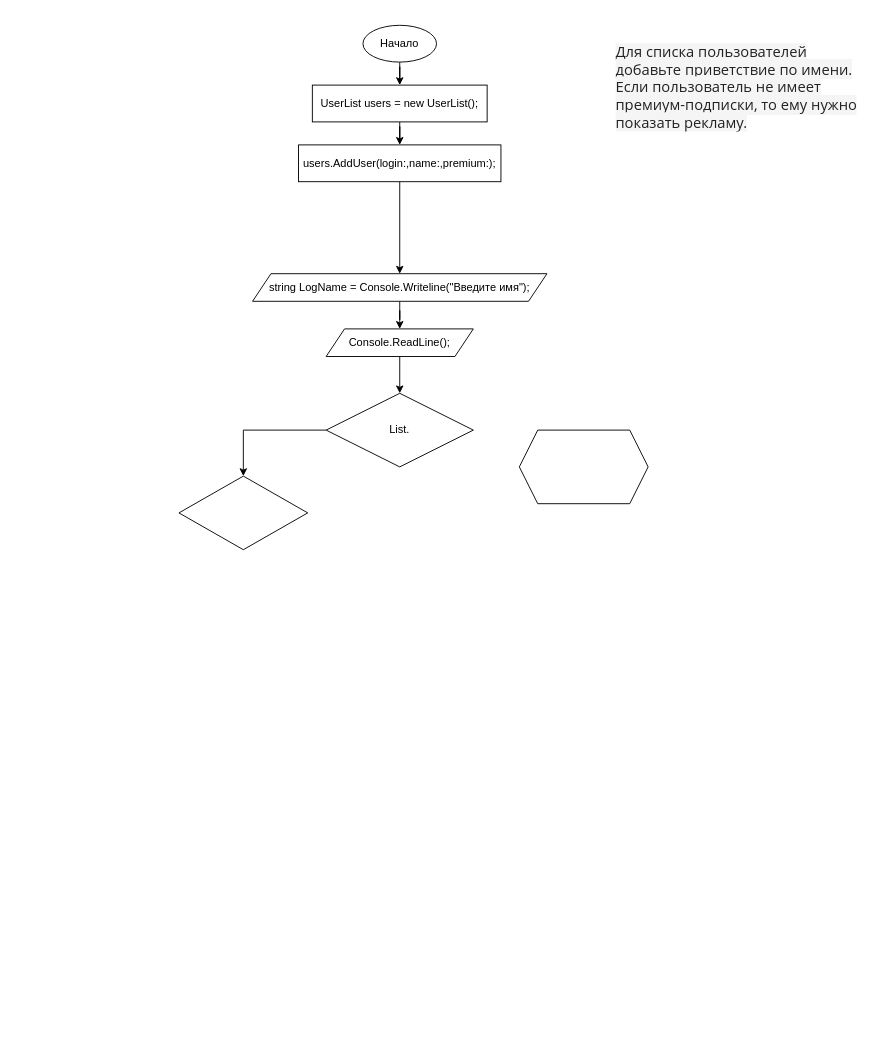
Truemorrel/CDEV-17_Bednyakov_Module12 keeps this draw.io diagram as Task_12_1_5/Untitled Diagram.drawio. Above is the earlier version. Source tidied: cells renumbered, new cells numbered last; positions are measured from the earlier drawing's top-left corner, leaving out a move shared by most shapes. Both pictures are drawn from the tidied source at 92%, with x=0, y=0 at pixel (178, 25).
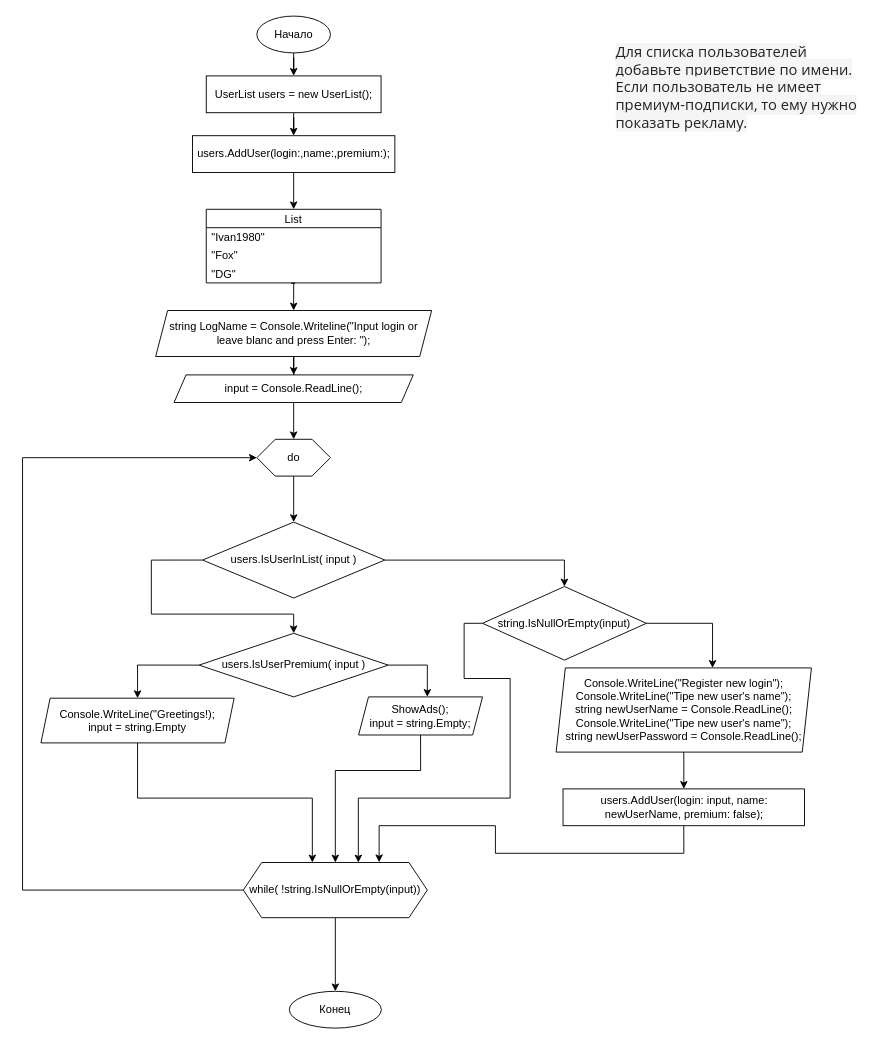
The same diagram, later.

Change to the diagram source:
```diff
@@
-    <mxCell id="3" style="edgeStyle=orthogonalEdgeStyle;rounded=0;jettySize=auto;html=1;" parent="1" edge="1" source="4" target="6">
-      <mxGeometry relative="1" as="geometry" />
-    </mxCell>
-    <mxCell id="4" value="Console.ReadLine();" style="shape=parallelogram;perimeter=parallelogramPerimeter;whiteSpace=wrap;html=1;fixedSize=1;" parent="1" vertex="1">
-      <mxGeometry x="160" y="330" width="160" height="30" as="geometry" />
+    <mxCell id="4" value="input = Console.ReadLine();" style="shape=parallelogram;perimeter=parallelogramPerimeter;whiteSpace=wrap;html=1;fixedSize=1;size=13;" parent="1" vertex="1">
+      <mxGeometry x="-5.3" y="380" width="260" height="30" as="geometry" />
     </mxCell>
-    <mxCell id="5" style="edgeStyle=orthogonalEdgeStyle;rounded=0;jettySize=auto;html=1;entryX=0.5;entryY=0;entryDx=0;entryDy=0;" parent="1" edge="1" source="6" target="9">
-      <mxGeometry relative="1" as="geometry" />
-    </mxCell>
-    <mxCell id="6" value="List." style="rhombus;whiteSpace=wrap;html=1;" parent="1" vertex="1">
-      <mxGeometry x="160" y="400" width="160" height="80" as="geometry" />
-    </mxCell>
@@
     <mxCell id="8" value="Начало" style="ellipse;whiteSpace=wrap;html=1;" parent="1" vertex="1">
-      <mxGeometry x="200" width="80" height="40" as="geometry" />
+      <mxGeometry x="84.7" y="-10" width="80" height="40" as="geometry" />
     </mxCell>
-    <mxCell id="9" style="rhombus;whiteSpace=wrap;html=1;" parent="1" vertex="1">
-      <mxGeometry y="490" width="140" height="80" as="geometry" />
-    </mxCell>
@@
-    <mxCell id="11" value="string LogName = Console.Writeline(&quot;Введите имя&quot;);" style="shape=parallelogram;perimeter=parallelogramPerimeter;whiteSpace=wrap;html=1;fixedSize=1;" parent="1" vertex="1">
-      <mxGeometry x="80" y="270" width="320" height="30" as="geometry" />
+    <mxCell id="11" value="string LogName = Console.Writeline(&quot;Input login or leave blanc and press Enter:&amp;nbsp;&quot;);" style="shape=parallelogram;perimeter=parallelogramPerimeter;whiteSpace=wrap;html=1;fixedSize=1;size=13;" parent="1" vertex="1">
+      <mxGeometry x="-25.3" y="310" width="300" height="50" as="geometry" />
     </mxCell>
@@
     <mxCell id="14" value="UserList users = new UserList();" style="whiteSpace=wrap;html=1;" parent="1" vertex="1">
-      <mxGeometry x="145" y="65" width="190" height="40" as="geometry" />
+      <mxGeometry x="29.7" y="55" width="190" height="40" as="geometry" />
     </mxCell>
+    <mxCell id="16" style="edgeStyle=orthogonalEdgeStyle;rounded=0;jettySize=auto;html=1;exitX=0.485;exitY=1.024;exitDx=0;exitDy=0;exitPerimeter=0;" parent="1" edge="1" source="45" target="11">
+      <mxGeometry relative="1" as="geometry">
+        <Array as="points">
+          <mxPoint x="126" y="280" />
+          <mxPoint x="126" y="280" />
+        </Array>
+      </mxGeometry>
+    </mxCell>
+    <mxCell id="18" style="edgeStyle=orthogonalEdgeStyle;rounded=0;jettySize=auto;html=1;startArrow=none;startFill=0;endArrow=classic;endFill=1;" parent="1" edge="1" source="17" target="42">
+      <mxGeometry relative="1" as="geometry" />
+    </mxCell>
+    <mxCell id="17" value="users.AddUser(login:,name:,premium:);" style="whiteSpace=wrap;html=1;" parent="1" vertex="1">
+      <mxGeometry x="14.7" y="120" width="220" height="40" as="geometry" />
+    </mxCell>
+    <mxCell id="19" style="edgeStyle=orthogonalEdgeStyle;rounded=0;jettySize=auto;html=1;entryX=0;entryY=0.5;entryDx=0;entryDy=0;startArrow=none;startFill=0;endArrow=classic;endFill=1;" parent="1" edge="1" source="15" target="37">
+      <mxGeometry relative="1" as="geometry">
+        <Array as="points">
+          <mxPoint x="-170" y="940" />
+          <mxPoint x="-170" y="470" />
+        </Array>
+      </mxGeometry>
+    </mxCell>
+    <mxCell id="20" style="edgeStyle=orthogonalEdgeStyle;rounded=0;jettySize=auto;html=1;startArrow=none;startFill=0;endArrow=classic;endFill=1;" parent="1" edge="1" source="15" target="46">
+      <mxGeometry relative="1" as="geometry" />
+    </mxCell>
-    <mxCell id="15" style="shape=hexagon;perimeter=hexagonPerimeter2;whiteSpace=wrap;html=1;fixedSize=1;" parent="1" vertex="1">
-      <mxGeometry x="370" y="440" width="140" height="80" as="geometry" />
+    <mxCell id="15" value="while( !string.IsNullOrEmpty(input))" style="shape=hexagon;perimeter=hexagonPerimeter2;whiteSpace=wrap;html=1;fixedSize=1;size=19.999999999999773;" parent="1" vertex="1">
+      <mxGeometry x="70" y="910" width="200" height="60" as="geometry" />
     </mxCell>
-    <mxCell id="16" style="edgeStyle=orthogonalEdgeStyle;rounded=0;jettySize=auto;html=1;" parent="1" edge="1" source="17" target="11">
-      <mxGeometry relative="1" as="geometry" />
-    </mxCell>
-    <mxCell id="17" value="users.AddUser(login:,name:,premium:);" style="whiteSpace=wrap;html=1;" parent="1" vertex="1">
-      <mxGeometry x="130" y="130" width="220" height="40" as="geometry" />
-    </mxCell>
+    <mxCell id="21" style="edgeStyle=orthogonalEdgeStyle;rounded=0;jettySize=auto;html=1;startArrow=none;startFill=0;endArrow=classic;endFill=1;exitX=1;exitY=0.5;exitDx=0;exitDy=0;entryX=0.625;entryY=0;entryDx=0;entryDy=0;" parent="1" edge="1" source="23" target="15">
+      <mxGeometry relative="1" as="geometry">
+        <Array as="points">
+          <mxPoint x="310" y="650" />
+          <mxPoint x="310" y="710" />
+          <mxPoint x="360" y="710" />
+          <mxPoint x="360" y="840" />
+          <mxPoint x="195" y="840" />
+        </Array>
+      </mxGeometry>
+    </mxCell>
+    <mxCell id="22" style="edgeStyle=orthogonalEdgeStyle;rounded=0;jettySize=auto;html=1;startArrow=none;startFill=0;endArrow=classic;endFill=1;" parent="1" edge="1" source="23" target="38">
+      <mxGeometry relative="1" as="geometry">
+        <Array as="points">
+          <mxPoint x="580" y="650" />
+        </Array>
+      </mxGeometry>
+    </mxCell>
+    <mxCell id="23" value="string.IsNullOrEmpty(input)" style="rhombus;whiteSpace=wrap;html=1;direction=west;" parent="1" vertex="1" collapsed="1">
+      <mxGeometry x="330" y="610" width="178.1" height="80" as="geometry" />
+    </mxCell>
+    <mxCell id="24" style="edgeStyle=orthogonalEdgeStyle;rounded=0;jettySize=auto;html=1;startArrow=none;startFill=0;endArrow=classic;endFill=1;" parent="1" edge="1" source="29" target="23">
+      <mxGeometry relative="1" as="geometry">
+        <Array as="points">
+          <mxPoint x="419" y="581" />
+        </Array>
+      </mxGeometry>
+    </mxCell>
+    <mxCell id="25" style="edgeStyle=orthogonalEdgeStyle;rounded=0;jettySize=auto;html=1;startArrow=none;startFill=0;endArrow=classic;endFill=1;entryX=0.375;entryY=0;entryDx=0;entryDy=0;" parent="1" edge="1" source="27" target="15">
+      <mxGeometry relative="1" as="geometry">
+        <Array as="points">
+          <mxPoint x="-45" y="840" />
+          <mxPoint x="145" y="840" />
+        </Array>
+      </mxGeometry>
+    </mxCell>
+    <mxCell id="26" style="edgeStyle=orthogonalEdgeStyle;rounded=0;jettySize=auto;html=1;exitX=0.5;exitY=1;exitDx=0;exitDy=0;startArrow=none;startFill=0;endArrow=classic;endFill=1;" parent="1" edge="1" source="27">
+      <mxGeometry relative="1" as="geometry">
+        <mxPoint x="-45.1" y="771.5" as="targetPoint" />
+      </mxGeometry>
+    </mxCell>
+    <mxCell id="27" value="Console.WriteLine(&quot;Greetings!);&lt;br&gt;input = string.Empty" style="shape=parallelogram;perimeter=parallelogramPerimeter;whiteSpace=wrap;html=1;fixedSize=1;size=10;" parent="1" vertex="1">
+      <mxGeometry x="-150" y="731.4" width="210" height="48.6" as="geometry" />
+    </mxCell>
+    <mxCell id="28" style="edgeStyle=orthogonalEdgeStyle;rounded=0;jettySize=auto;html=1;startArrow=none;startFill=0;endArrow=classic;endFill=1;exitX=0;exitY=0.5;exitDx=0;exitDy=0;" parent="1" edge="1" source="33" target="27">
+      <mxGeometry relative="1" as="geometry">
+        <Array as="points">
+          <mxPoint x="-45" y="695" />
+        </Array>
+      </mxGeometry>
+    </mxCell>
+    <mxCell id="29" value="users.IsUserInList( input )" style="rhombus;whiteSpace=wrap;html=1;direction=west;" parent="1" vertex="1" collapsed="1">
+      <mxGeometry x="25.7" y="540" width="198.1" height="82.5" as="geometry" />
+    </mxCell>
+    <mxCell id="30" style="edgeStyle=orthogonalEdgeStyle;rounded=0;jettySize=auto;html=1;entryX=1;entryY=0.5;entryDx=0;entryDy=0;startArrow=classic;startFill=1;endArrow=none;endFill=0;exitX=0.5;exitY=0;exitDx=0;exitDy=0;" parent="1" edge="1" source="33" target="29">
+      <mxGeometry relative="1" as="geometry">
+        <Array as="points">
+          <mxPoint x="125" y="640" />
+          <mxPoint x="-30" y="640" />
+          <mxPoint x="-30" y="581" />
+        </Array>
+      </mxGeometry>
+    </mxCell>
+    <mxCell id="31" style="edgeStyle=orthogonalEdgeStyle;rounded=0;jettySize=auto;html=1;exitX=0.5;exitY=1;exitDx=0;exitDy=0;startArrow=none;startFill=0;endArrow=classic;endFill=1;entryX=0.5;entryY=0;entryDx=0;entryDy=0;" parent="1" edge="1" source="32" target="15">
+      <mxGeometry relative="1" as="geometry">
+        <Array as="points">
+          <mxPoint x="263" y="810" />
+          <mxPoint x="170" y="810" />
+        </Array>
+      </mxGeometry>
+    </mxCell>
+    <mxCell id="32" value="ShowAds();&lt;br&gt;input = string.Empty;" style="shape=parallelogram;whiteSpace=wrap;html=1;size=0.07996158770806518;" parent="1" vertex="1">
+      <mxGeometry x="195.3" y="730" width="134.7" height="41.4" as="geometry" />
+    </mxCell>
+    <mxCell id="33" value="users.IsUserPremium( input )" style="rhombus;whiteSpace=wrap;html=1;" parent="1" vertex="1">
+      <mxGeometry x="21.9" y="660.9" width="205.6" height="69.1" as="geometry" />
+    </mxCell>
+    <mxCell id="34" style="edgeStyle=orthogonalEdgeStyle;rounded=0;jettySize=auto;html=1;startArrow=none;startFill=0;endArrow=classic;endFill=1;exitX=1;exitY=0.5;exitDx=0;exitDy=0;" parent="1" edge="1" source="33" target="32">
+      <mxGeometry relative="1" as="geometry">
+        <Array as="points">
+          <mxPoint x="270" y="695" />
+        </Array>
+      </mxGeometry>
+    </mxCell>
+    <mxCell id="35" style="edgeStyle=orthogonalEdgeStyle;rounded=0;jettySize=auto;html=1;startArrow=classic;startFill=1;endArrow=none;endFill=0;exitX=0.5;exitY=0;exitDx=0;exitDy=0;entryX=0.5;entryY=1;entryDx=0;entryDy=0;" parent="1" edge="1" source="37" target="4">
+      <mxGeometry relative="1" as="geometry" />
+    </mxCell>
+    <mxCell id="36" style="edgeStyle=orthogonalEdgeStyle;rounded=0;jettySize=auto;html=1;entryX=0.5;entryY=1;entryDx=0;entryDy=0;startArrow=none;startFill=0;endArrow=classic;endFill=1;" parent="1" edge="1" source="37" target="29">
+      <mxGeometry relative="1" as="geometry" />
+    </mxCell>
+    <mxCell id="37" value="do" style="shape=hexagon;perimeter=hexagonPerimeter2;whiteSpace=wrap;html=1;fixedSize=1;" parent="1" vertex="1">
+      <mxGeometry x="84.7" y="450" width="80" height="40" as="geometry" />
+    </mxCell>
+    <mxCell id="38" value="Console.WriteLine(&quot;Register new login&quot;);&lt;br&gt;Console.WriteLine(&quot;Tipe new user's name&quot;);&lt;br&gt;string newUserName = Console.ReadLine();&lt;br&gt;Console.WriteLine(&quot;Tipe new user's name&quot;);&lt;br&gt;string newUserPassword = Console.ReadLine();" style="shape=parallelogram;perimeter=parallelogramPerimeter;whiteSpace=wrap;html=1;fixedSize=1;size=9.99499999999989;" parent="1" vertex="1">
+      <mxGeometry x="410" y="698.5" width="277.5" height="91.5" as="geometry" />
+    </mxCell>
+    <mxCell id="39" style="edgeStyle=orthogonalEdgeStyle;rounded=0;jettySize=auto;html=1;startArrow=none;startFill=0;endArrow=classic;endFill=1;exitX=0.5;exitY=1;exitDx=0;exitDy=0;" parent="1" edge="1" source="38" target="41">
+      <mxGeometry relative="1" as="geometry" />
+    </mxCell>
+    <mxCell id="40" style="edgeStyle=orthogonalEdgeStyle;rounded=0;jettySize=auto;html=1;entryX=0.738;entryY=-0.004;entryDx=0;entryDy=0;entryPerimeter=0;startArrow=none;startFill=0;endArrow=classic;endFill=1;exitX=0.5;exitY=1;exitDx=0;exitDy=0;" parent="1" edge="1" source="41" target="15">
+      <mxGeometry relative="1" as="geometry">
+        <Array as="points">
+          <mxPoint x="549" y="900" />
+          <mxPoint x="344" y="900" />
+          <mxPoint x="344" y="870" />
+          <mxPoint x="218" y="870" />
+        </Array>
+      </mxGeometry>
+    </mxCell>
+    <mxCell id="41" value="users.AddUser(login: input, name: newUserName, premium: false);" style="whiteSpace=wrap;html=1;" parent="1" vertex="1">
+      <mxGeometry x="417.5" y="830" width="262.5" height="40" as="geometry" />
+    </mxCell>
+    <mxCell id="42" value="List" style="swimlane;fontStyle=0;horizontal=1;startSize=20;" parent="1" vertex="1">
+      <mxGeometry x="29.7" y="200" width="190" height="80" as="geometry" />
+    </mxCell>
+    <mxCell id="43" value="&quot;Ivan1980&quot;" style="text;strokeColor=none;fillColor=none;align=left;verticalAlign=middle;spacingLeft=4;spacingRight=4;overflow=hidden;" parent="42" vertex="1">
+      <mxGeometry y="20" width="190" height="20" as="geometry" />
+    </mxCell>
+    <mxCell id="44" value="&quot;Fox&quot;" style="text;strokeColor=none;fillColor=none;align=left;verticalAlign=middle;spacingLeft=4;spacingRight=4;overflow=hidden;" parent="42" vertex="1">
+      <mxGeometry y="40" width="190" height="20" as="geometry" />
+    </mxCell>
+    <mxCell id="45" value="&quot;DG&quot;" style="text;strokeColor=none;fillColor=none;align=left;verticalAlign=middle;spacingLeft=4;spacingRight=4;overflow=hidden;points=[[0,0.5],[1,0.5]];portConstraint=eastwest;" parent="42" vertex="1">
+      <mxGeometry y="60" width="190" height="20" as="geometry" />
+    </mxCell>
+    <mxCell id="46" value="Конец" style="ellipse;whiteSpace=wrap;html=1;" parent="1" vertex="1">
+      <mxGeometry x="120" y="1050" width="100" height="40" as="geometry" />
+    </mxCell>
```
